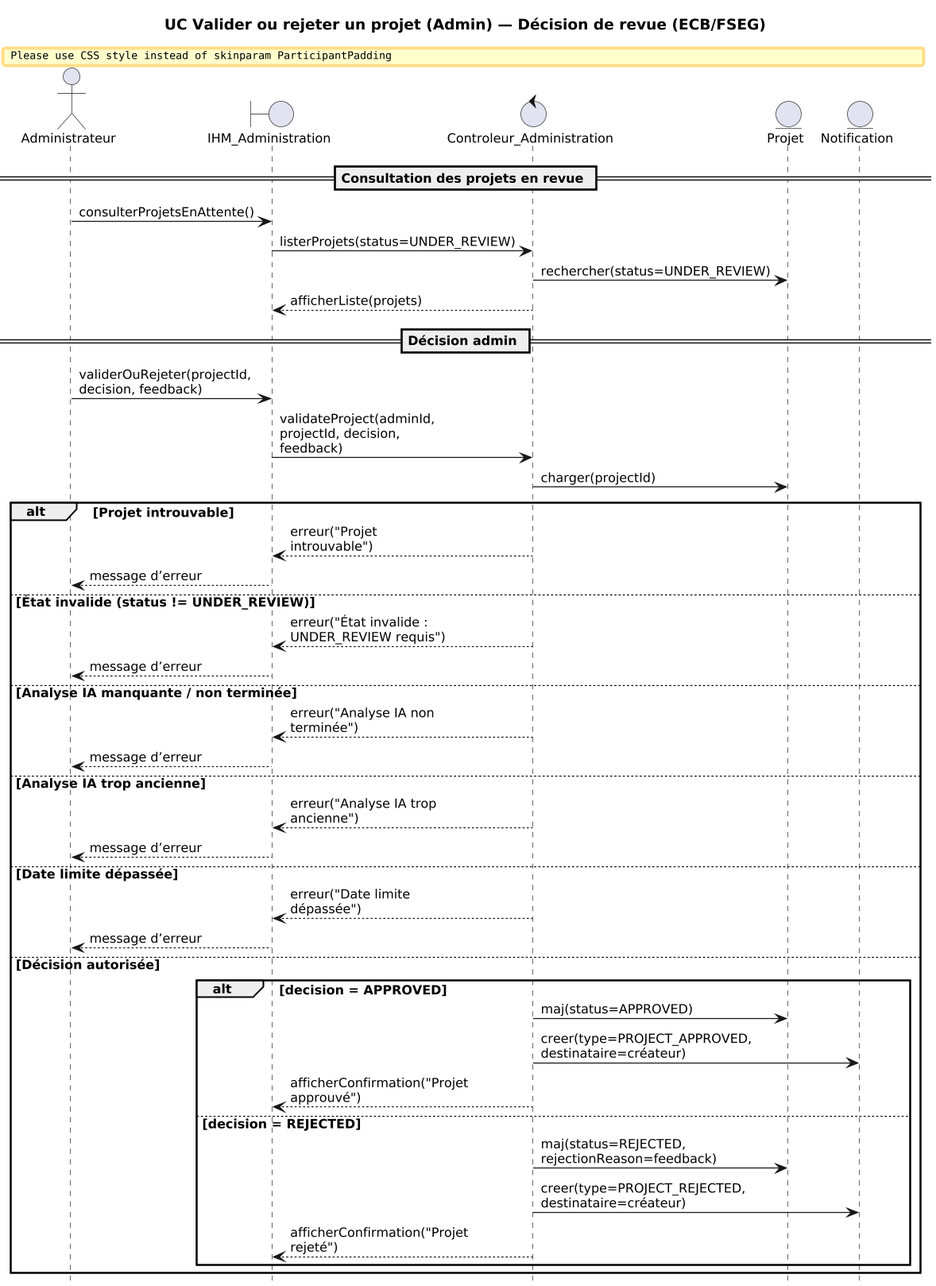
Above: rapport/images/sequence_diagram/valider_rejeter_projet.png in Gdoura44/crowdfunding (PlantUML), before the change. Its diagram source:
```plantuml
@startuml

hide footbox
skinparam shadowing false
skinparam defaultFontName "Times New Roman"
skinparam defaultFontSize 12
skinparam sequenceMessageAlign left
skinparam ParticipantPadding 10
skinparam BoxPadding 6
skinparam maxMessageSize 45
skinparam wrapWidth 150
skinparam dpi 150
scale 0.85

title UC Valider ou rejeter un projet (Admin) — Décision de revue (ECB/FSEG)

actor "Administrateur" as A
boundary "IHM_Administration" as IHM
control "Controleur_Administration" as CA
entity "Projet" as P
entity "Notification" as N

== Consultation des projets en revue ==
A -> IHM : consulterProjetsEnAttente()
IHM -> CA : listerProjets(status=UNDER_REVIEW)
CA -> P : rechercher(status=UNDER_REVIEW)
CA --> IHM : afficherListe(projets)

== Décision admin ==
A -> IHM : validerOuRejeter(projectId, decision, feedback)
IHM -> CA : validateProject(adminId, projectId, decision, feedback)

CA -> P : charger(projectId)
alt Projet introuvable
  CA --> IHM : erreur("Projet introuvable")
  IHM --> A : message d’erreur
else État invalide (status != UNDER_REVIEW)
  CA --> IHM : erreur("État invalide : UNDER_REVIEW requis")
  IHM --> A : message d’erreur
else Analyse IA manquante / non terminée
  CA --> IHM : erreur("Analyse IA non terminée")
  IHM --> A : message d’erreur
else Analyse IA trop ancienne
  CA --> IHM : erreur("Analyse IA trop ancienne")
  IHM --> A : message d’erreur
else Date limite dépassée
  CA --> IHM : erreur("Date limite dépassée")
  IHM --> A : message d’erreur
else Décision autorisée
  alt decision = APPROVED
    CA -> P : maj(status=APPROVED)
    CA -> N : creer(type=PROJECT_APPROVED, destinataire=créateur)
    CA --> IHM : afficherConfirmation("Projet approuvé")
  else decision = REJECTED
    CA -> P : maj(status=REJECTED, rejectionReason=feedback)
    CA -> N : creer(type=PROJECT_REJECTED, destinataire=créateur)
    CA --> IHM : afficherConfirmation("Projet rejeté")
  end
end
@enduml
```
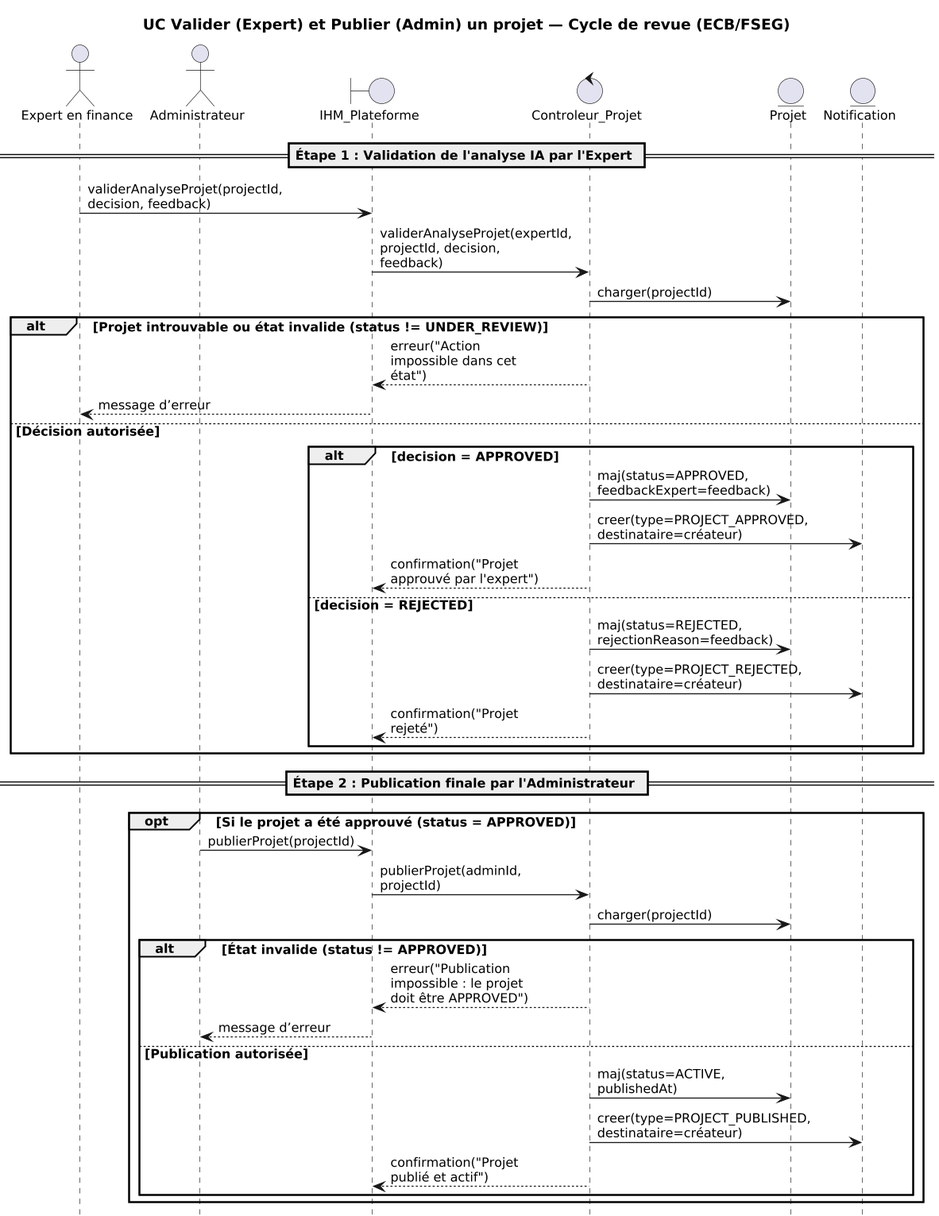
Above is the later version.

What changed in the source:
```diff
@@ -5,56 +5,53 @@
 skinparam defaultFontName "Times New Roman"
 skinparam defaultFontSize 12
 skinparam sequenceMessageAlign left
-skinparam ParticipantPadding 10
-skinparam BoxPadding 6
 skinparam maxMessageSize 45
 skinparam wrapWidth 150
 skinparam dpi 150
 scale 0.85
 
-title UC Valider ou rejeter un projet (Admin) — Décision de revue (ECB/FSEG)
+title UC Valider (Expert) et Publier (Admin) un projet — Cycle de revue (ECB/FSEG)
 
-actor "Administrateur" as A
-boundary "IHM_Administration" as IHM
-control "Controleur_Administration" as CA
+actor "Expert en finance" as Exp
+actor "Administrateur" as Adm
+boundary "IHM_Plateforme" as IHM
+control "Controleur_Projet" as CP
 entity "Projet" as P
 entity "Notification" as N
 
-== Consultation des projets en revue ==
-A -> IHM : consulterProjetsEnAttente()
-IHM -> CA : listerProjets(status=UNDER_REVIEW)
-CA -> P : rechercher(status=UNDER_REVIEW)
-CA --> IHM : afficherListe(projets)
+== Étape 1 : Validation de l'analyse IA par l'Expert ==
+Exp -> IHM : validerAnalyseProjet(projectId, decision, feedback)
+IHM -> CP : validerAnalyseProjet(expertId, projectId, decision, feedback)
 
-== Décision admin ==
-A -> IHM : validerOuRejeter(projectId, decision, feedback)
-IHM -> CA : validateProject(adminId, projectId, decision, feedback)
-
-CA -> P : charger(projectId)
-alt Projet introuvable
-  CA --> IHM : erreur("Projet introuvable")
-  IHM --> A : message d’erreur
-else État invalide (status != UNDER_REVIEW)
-  CA --> IHM : erreur("État invalide : UNDER_REVIEW requis")
-  IHM --> A : message d’erreur
-else Analyse IA manquante / non terminée
-  CA --> IHM : erreur("Analyse IA non terminée")
-  IHM --> A : message d’erreur
-else Analyse IA trop ancienne
-  CA --> IHM : erreur("Analyse IA trop ancienne")
-  IHM --> A : message d’erreur
-else Date limite dépassée
-  CA --> IHM : erreur("Date limite dépassée")
-  IHM --> A : message d’erreur
+CP -> P : charger(projectId)
+alt Projet introuvable ou état invalide (status != UNDER_REVIEW)
+  CP --> IHM : erreur("Action impossible dans cet état")
+  IHM --> Exp : message d’erreur
 else Décision autorisée
   alt decision = APPROVED
-    CA -> P : maj(status=APPROVED)
-    CA -> N : creer(type=PROJECT_APPROVED, destinataire=créateur)
-    CA --> IHM : afficherConfirmation("Projet approuvé")
+    CP -> P : maj(status=APPROVED, feedbackExpert=feedback)
+    CP -> N : creer(type=PROJECT_APPROVED, destinataire=créateur)
+    CP --> IHM : confirmation("Projet approuvé par l'expert")
   else decision = REJECTED
-    CA -> P : maj(status=REJECTED, rejectionReason=feedback)
-    CA -> N : creer(type=PROJECT_REJECTED, destinataire=créateur)
-    CA --> IHM : afficherConfirmation("Projet rejeté")
+    CP -> P : maj(status=REJECTED, rejectionReason=feedback)
+    CP -> N : creer(type=PROJECT_REJECTED, destinataire=créateur)
+    CP --> IHM : confirmation("Projet rejeté")
+  end
+end
+
+== Étape 2 : Publication finale par l'Administrateur ==
+opt Si le projet a été approuvé (status = APPROVED)
+  Adm -> IHM : publierProjet(projectId)
+  IHM -> CP : publierProjet(adminId, projectId)
+
+  CP -> P : charger(projectId)
+  alt État invalide (status != APPROVED)
+    CP --> IHM : erreur("Publication impossible : le projet doit être APPROVED")
+    IHM --> Adm : message d’erreur
+  else Publication autorisée
+    CP -> P : maj(status=ACTIVE, publishedAt)
+    CP -> N : creer(type=PROJECT_PUBLISHED, destinataire=créateur)
+    CP --> IHM : confirmation("Projet publié et actif")
   end
 end
 @enduml
```
